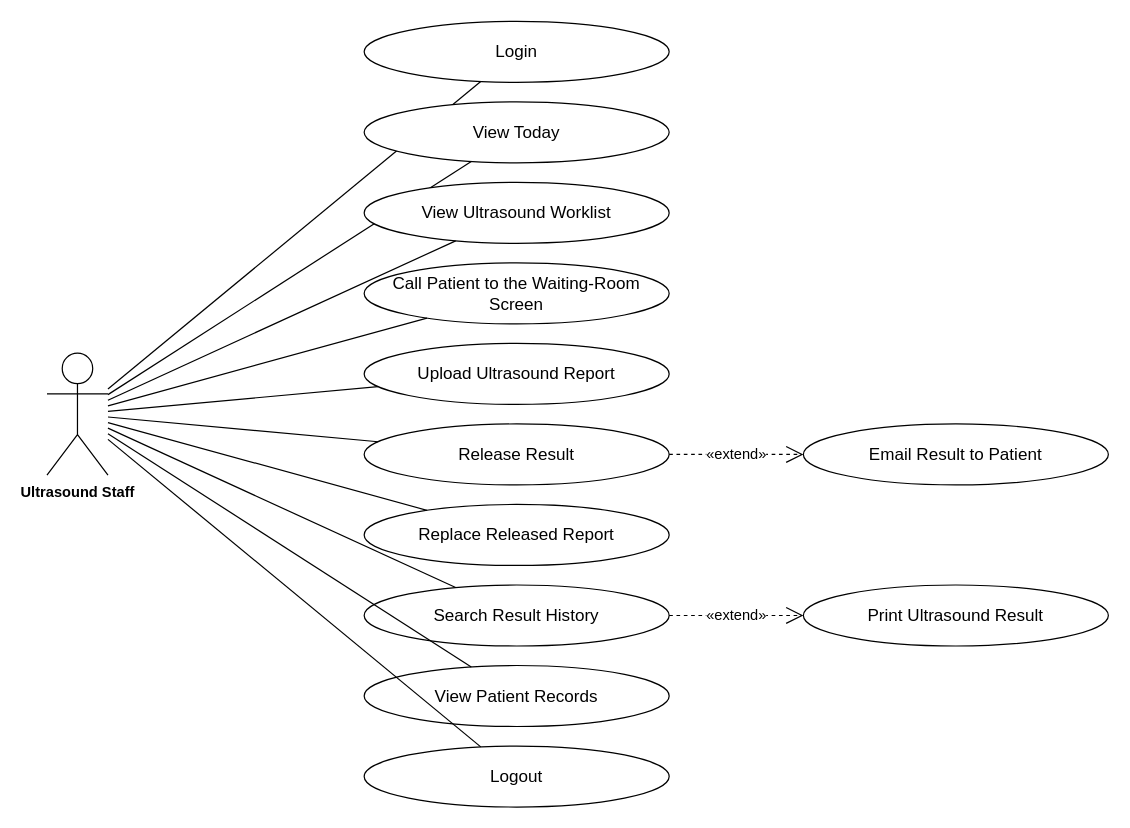
This is page "Ultrasound Staff" (6 of 8) of docs/diagrams/usecases.drawio from steven23lz/Enlogada-Clinic-Management-System, a draw.io file, before an edit. Source tidied: cells renumbered, new cells numbered last; positions are measured from the earlier drawing's top-left corner, leaving out a move shared by most shapes. Both pictures are drawn from the tidied source at 122%, with x=0, y=0 at pixel (46, 21).
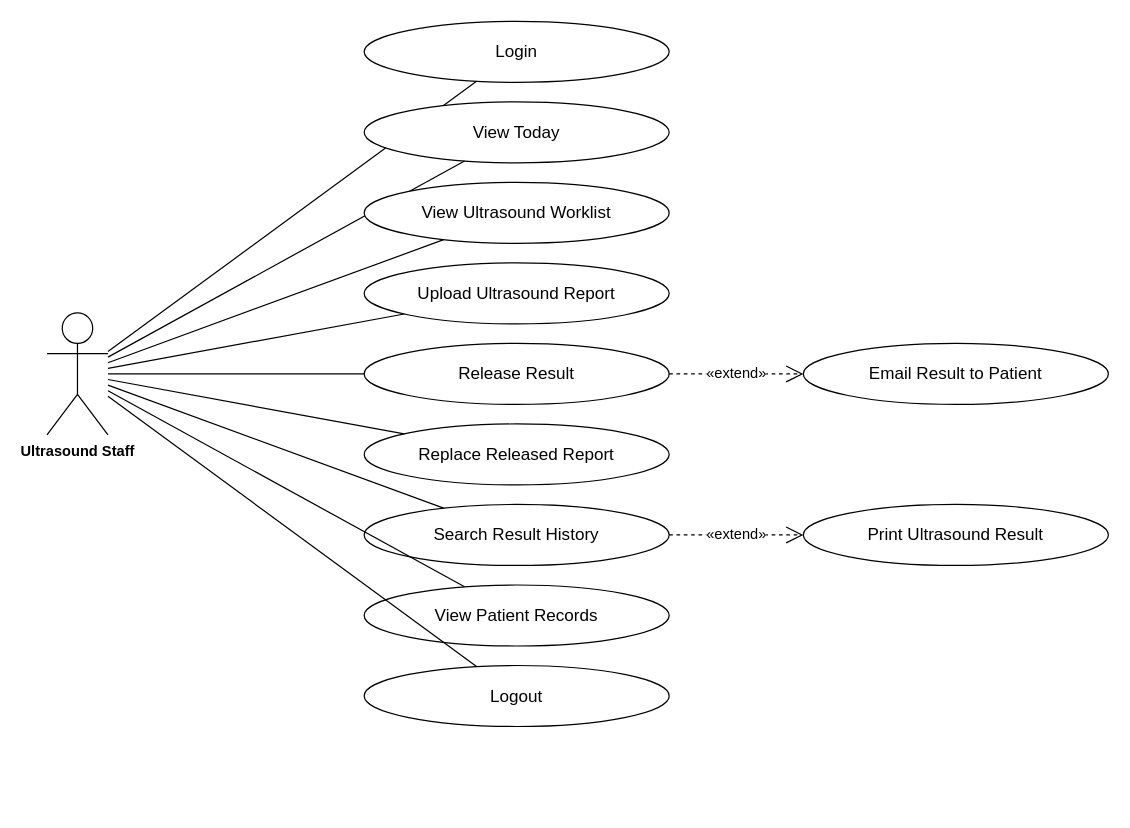
Above is the later version.

What changed in the source:
```diff
@@
     <mxCell id="2" value="Ultrasound Staff" style="shape=umlActor;verticalLabelPosition=bottom;verticalAlign=top;html=1;outlineConnect=0;fontFamily=Helvetica;fontSize=12;fontStyle=1;" parent="1" vertex="1">
-      <mxGeometry y="272" width="50" height="100" as="geometry" />
+      <mxGeometry y="239" width="50" height="100" as="geometry" />
     </mxCell>
@@
-    <mxCell id="9" value="Call Patient to the Waiting-Room Screen" style="ellipse;whiteSpace=wrap;html=1;fontFamily=Helvetica;fontSize=14;fontColor=#000000;strokeColor=#000000;" parent="1" vertex="1">
+    <mxCell id="9" value="Upload Ultrasound Report" style="ellipse;whiteSpace=wrap;html=1;fontFamily=Helvetica;fontSize=14;fontColor=#000000;strokeColor=#000000;" parent="1" vertex="1">
       <mxGeometry x="260" y="198" width="250" height="50" as="geometry" />
     </mxCell>
@@
-    <mxCell id="11" value="Upload Ultrasound Report" style="ellipse;whiteSpace=wrap;html=1;fontFamily=Helvetica;fontSize=14;fontColor=#000000;strokeColor=#000000;" parent="1" vertex="1">
+    <mxCell id="11" value="Release Result" style="ellipse;whiteSpace=wrap;html=1;fontFamily=Helvetica;fontSize=14;fontColor=#000000;strokeColor=#000000;" parent="1" vertex="1">
       <mxGeometry x="260" y="264" width="250" height="50" as="geometry" />
     </mxCell>
@@
-    <mxCell id="13" value="Release Result" style="ellipse;whiteSpace=wrap;html=1;fontFamily=Helvetica;fontSize=14;fontColor=#000000;strokeColor=#000000;" parent="1" vertex="1">
+    <mxCell id="13" value="Replace Released Report" style="ellipse;whiteSpace=wrap;html=1;fontFamily=Helvetica;fontSize=14;fontColor=#000000;strokeColor=#000000;" parent="1" vertex="1">
       <mxGeometry x="260" y="330" width="250" height="50" as="geometry" />
     </mxCell>
@@
-    <mxCell id="15" value="Replace Released Report" style="ellipse;whiteSpace=wrap;html=1;fontFamily=Helvetica;fontSize=14;fontColor=#000000;strokeColor=#000000;" parent="1" vertex="1">
+    <mxCell id="15" value="Search Result History" style="ellipse;whiteSpace=wrap;html=1;fontFamily=Helvetica;fontSize=14;fontColor=#000000;strokeColor=#000000;" parent="1" vertex="1">
       <mxGeometry x="260" y="396" width="250" height="50" as="geometry" />
     </mxCell>
@@
-    <mxCell id="17" value="Search Result History" style="ellipse;whiteSpace=wrap;html=1;fontFamily=Helvetica;fontSize=14;fontColor=#000000;strokeColor=#000000;" parent="1" vertex="1">
+    <mxCell id="17" value="View Patient Records" style="ellipse;whiteSpace=wrap;html=1;fontFamily=Helvetica;fontSize=14;fontColor=#000000;strokeColor=#000000;" parent="1" vertex="1">
       <mxGeometry x="260" y="462" width="250" height="50" as="geometry" />
     </mxCell>
@@
-    <mxCell id="19" value="View Patient Records" style="ellipse;whiteSpace=wrap;html=1;fontFamily=Helvetica;fontSize=14;fontColor=#000000;strokeColor=#000000;" parent="1" vertex="1">
+    <mxCell id="19" value="Logout" style="ellipse;whiteSpace=wrap;html=1;fontFamily=Helvetica;fontSize=14;fontColor=#000000;strokeColor=#000000;" parent="1" vertex="1">
       <mxGeometry x="260" y="528" width="250" height="50" as="geometry" />
     </mxCell>
@@
-    <mxCell id="21" value="Logout" style="ellipse;whiteSpace=wrap;html=1;fontFamily=Helvetica;fontSize=14;fontColor=#000000;strokeColor=#000000;" parent="1" vertex="1">
-      <mxGeometry x="260" y="594" width="250" height="50" as="geometry" />
+    <mxCell id="21" value="Email Result to Patient" style="ellipse;whiteSpace=wrap;html=1;fontFamily=Helvetica;fontSize=14;fontColor=#000000;strokeColor=#000000;" parent="1" vertex="1">
+      <mxGeometry x="620" y="264" width="250" height="50" as="geometry" />
     </mxCell>
-    <mxCell id="22" style="edgeStyle=none;rounded=0;html=1;endArrow=none;fontFamily=Helvetica;fontSize=12;fontColor=#000000;strokeColor=#000000;" parent="1" edge="1" source="2" target="21">
+    <mxCell id="22" value="«extend»" style="endArrow=open;endSize=12;dashed=1;html=1;fontFamily=Helvetica;fontSize=12;fontColor=#000000;strokeColor=#000000;" parent="1" edge="1" source="11" target="21">
       <mxGeometry relative="1" as="geometry" />
     </mxCell>
-    <mxCell id="23" value="Email Result to Patient" style="ellipse;whiteSpace=wrap;html=1;fontFamily=Helvetica;fontSize=14;fontColor=#000000;strokeColor=#000000;" parent="1" vertex="1">
-      <mxGeometry x="620" y="330" width="250" height="50" as="geometry" />
+    <mxCell id="23" value="Print Ultrasound Result" style="ellipse;whiteSpace=wrap;html=1;fontFamily=Helvetica;fontSize=14;fontColor=#000000;strokeColor=#000000;" parent="1" vertex="1">
+      <mxGeometry x="620" y="396" width="250" height="50" as="geometry" />
     </mxCell>
-    <mxCell id="24" value="«extend»" style="endArrow=open;endSize=12;dashed=1;html=1;fontFamily=Helvetica;fontSize=12;fontColor=#000000;strokeColor=#000000;" parent="1" edge="1" source="13" target="23">
+    <mxCell id="24" value="«extend»" style="endArrow=open;endSize=12;dashed=1;html=1;fontFamily=Helvetica;fontSize=12;fontColor=#000000;strokeColor=#000000;" parent="1" edge="1" source="15" target="23">
       <mxGeometry relative="1" as="geometry" />
     </mxCell>
-    <mxCell id="25" value="Print Ultrasound Result" style="ellipse;whiteSpace=wrap;html=1;fontFamily=Helvetica;fontSize=14;fontColor=#000000;strokeColor=#000000;" parent="1" vertex="1">
-      <mxGeometry x="620" y="462" width="250" height="50" as="geometry" />
-    </mxCell>
-    <mxCell id="26" value="«extend»" style="endArrow=open;endSize=12;dashed=1;html=1;fontFamily=Helvetica;fontSize=12;fontColor=#000000;strokeColor=#000000;" parent="1" edge="1" source="17" target="25">
-      <mxGeometry relative="1" as="geometry" />
-    </mxCell>
```
